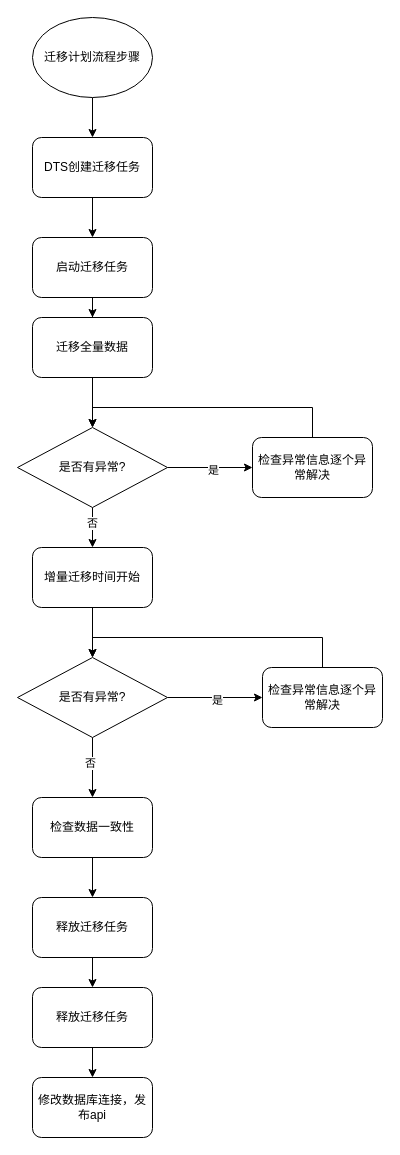
wingtian/SAP_F keeps this draw.io diagram as mysql 5.7升级8.0.drawio. Above is the earlier version. Source tidied: cells renumbered, new cells numbered last; positions are measured from the earlier drawing's top-left corner, leaving out a move shared by most shapes. Both pictures are drawn from the tidied source at 100%, with x=0, y=0 at pixel (17, 17).
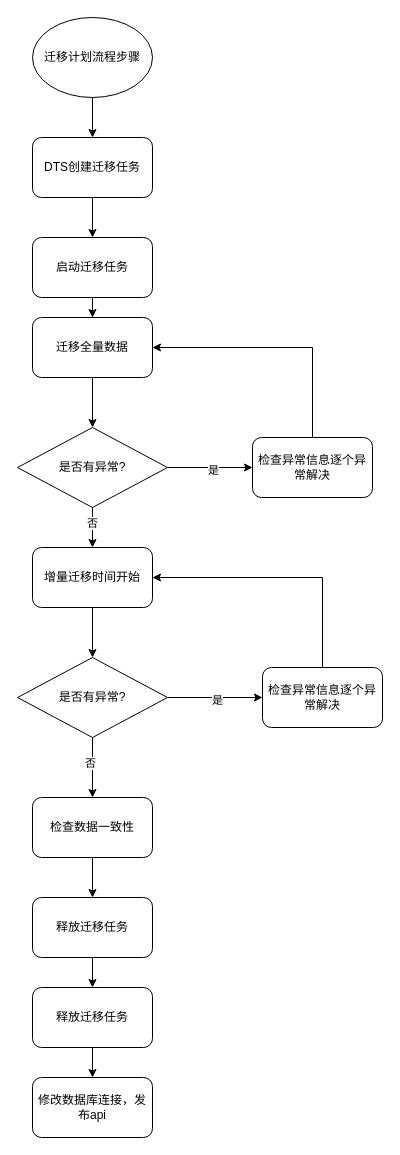
After the change.

The change refers to these unchanged cells:
```xml
<mxCell id="9" value="迁移全量数据" style="rounded=1;whiteSpace=wrap;html=1;" parent="1" vertex="1">
  <mxGeometry x="15" y="300" width="120" height="60" as="geometry" />
</mxCell>
<mxCell id="11" value="增量迁移时间开始" style="rounded=1;whiteSpace=wrap;html=1;" parent="1" vertex="1">
  <mxGeometry x="15" y="530" width="120" height="60" as="geometry" />
</mxCell>
<mxCell id="23" value="是否有异常?" style="rhombus;whiteSpace=wrap;html=1;" parent="1" vertex="1">
  <mxGeometry y="410" width="150" height="80" as="geometry" />
</mxCell>
<mxCell id="28" value="是否有异常?" style="rhombus;whiteSpace=wrap;html=1;" parent="1" vertex="1">
  <mxGeometry y="640" width="150" height="80" as="geometry" />
</mxCell>
<mxCell id="30" value="检查异常信息逐个异常解决" style="rounded=1;whiteSpace=wrap;html=1;" parent="1" vertex="1">
  <mxGeometry x="235" y="420" width="120" height="60" as="geometry" />
</mxCell>
<mxCell id="32" value="检查异常信息逐个异常解决" style="rounded=1;whiteSpace=wrap;html=1;" parent="1" vertex="1">
  <mxGeometry x="245" y="650" width="120" height="60" as="geometry" />
</mxCell>
```

What changed in the source:
```diff
@@
-    <mxCell id="29" style="edgeStyle=orthogonalEdgeStyle;rounded=0;jettySize=auto;html=1;entryX=0.5;entryY=0;entryDx=0;entryDy=0;" parent="1" edge="1" source="30" target="23">
-      <mxGeometry relative="1" as="geometry">
-        <Array as="points">
-          <mxPoint x="295" y="390" />
-          <mxPoint x="75" y="390" />
-        </Array>
-      </mxGeometry>
-    </mxCell>
+    <mxCell id="33" style="edgeStyle=orthogonalEdgeStyle;rounded=0;jettySize=auto;html=1;entryX=1;entryY=0.5;entryDx=0;entryDy=0;" parent="1" edge="1" source="30" target="9">
+      <mxGeometry relative="1" as="geometry">
+        <Array as="points">
+          <mxPoint x="295" y="330" />
+        </Array>
+      </mxGeometry>
+    </mxCell>
@@
-    <mxCell id="31" style="edgeStyle=orthogonalEdgeStyle;rounded=0;jettySize=auto;html=1;entryX=0.5;entryY=0;entryDx=0;entryDy=0;" parent="1" edge="1" source="32" target="28">
-      <mxGeometry relative="1" as="geometry">
-        <Array as="points">
-          <mxPoint x="305" y="620" />
-          <mxPoint x="75" y="620" />
-        </Array>
-      </mxGeometry>
-    </mxCell>
+    <mxCell id="34" style="edgeStyle=orthogonalEdgeStyle;rounded=0;jettySize=auto;html=1;entryX=1;entryY=0.5;entryDx=0;entryDy=0;" parent="1" edge="1" source="32" target="11">
+      <mxGeometry relative="1" as="geometry">
+        <Array as="points">
+          <mxPoint x="305" y="560" />
+        </Array>
+      </mxGeometry>
+    </mxCell>
```
